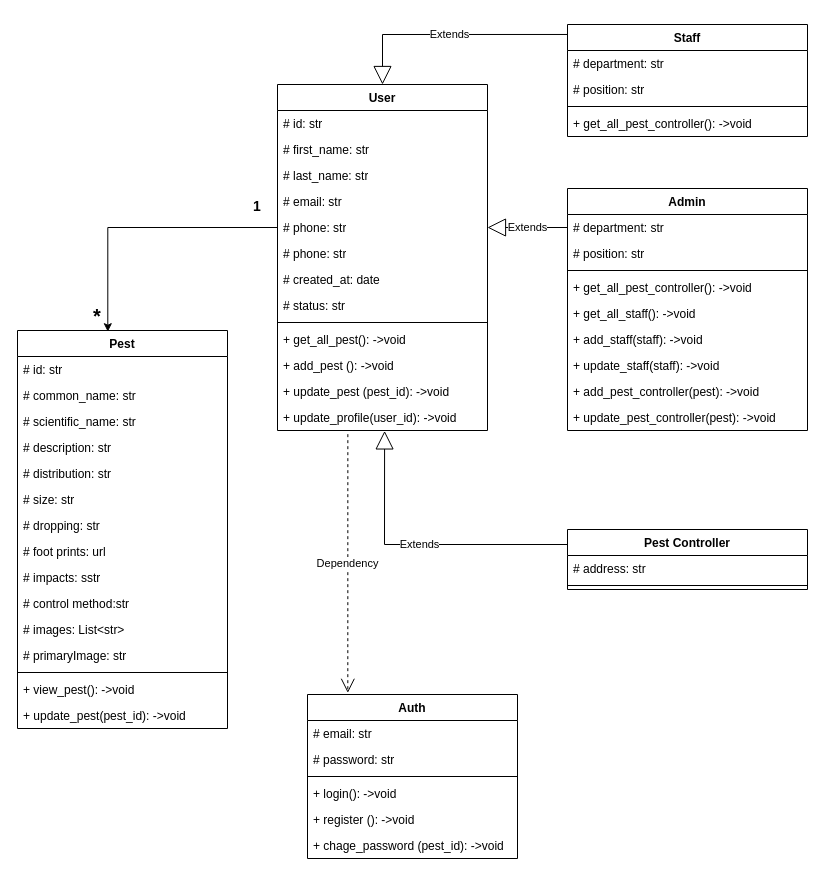
The draw.io diagram individual_ biosecurity.drawio in NZMia/Biosecurity, before the edit. Source tidied: cells renumbered, new cells numbered last; positions are measured from the earlier drawing's top-left corner, leaving out a move shared by most shapes. Both pictures are drawn from the tidied source at 100%, with x=0, y=0 at pixel (17, 24).
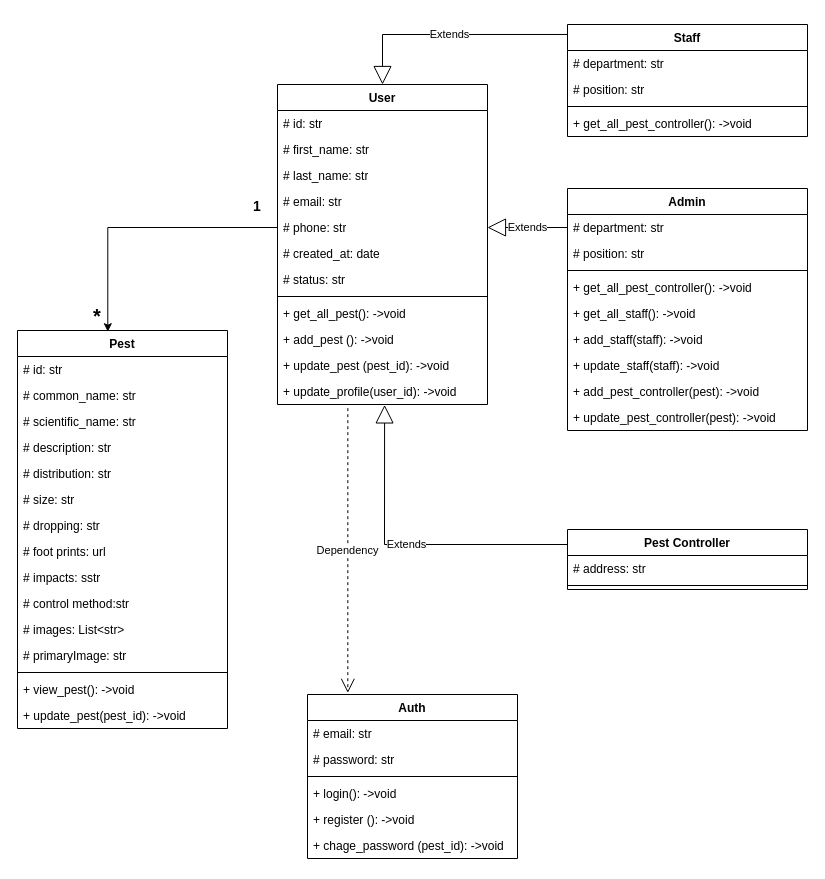
The same page after the edit.

Change to the diagram source:
```diff
@@
     <mxCell id="2" value="User" style="swimlane;fontStyle=1;align=center;verticalAlign=top;horizontal=1;startSize=26;whiteSpace=wrap;html=1;" parent="1" vertex="1">
-      <mxGeometry x="260" y="60" width="210" height="346" as="geometry" />
+      <mxGeometry x="260" y="60" width="210" height="320" as="geometry" />
     </mxCell>
@@
-    <mxCell id="8" value="# phone: str&lt;div&gt;&lt;br&gt;&lt;/div&gt;" style="text;strokeColor=none;fillColor=none;align=left;verticalAlign=top;spacingLeft=4;spacingRight=4;overflow=hidden;whiteSpace=wrap;html=1;" parent="2" vertex="1">
-      <mxGeometry y="156" width="210" height="26" as="geometry" />
-    </mxCell>
     <mxCell id="9" value="# created_at: date&lt;div&gt;&lt;br&gt;&lt;/div&gt;" style="text;strokeColor=none;fillColor=none;align=left;verticalAlign=top;spacingLeft=4;spacingRight=4;overflow=hidden;whiteSpace=wrap;html=1;" parent="2" vertex="1">
-      <mxGeometry y="182" width="210" height="26" as="geometry" />
+      <mxGeometry y="156" width="210" height="26" as="geometry" />
     </mxCell>
     <mxCell id="10" value="# status: str&lt;div&gt;&lt;br&gt;&lt;/div&gt;" style="text;strokeColor=none;fillColor=none;align=left;verticalAlign=top;spacingLeft=4;spacingRight=4;overflow=hidden;whiteSpace=wrap;html=1;" parent="2" vertex="1">
-      <mxGeometry y="208" width="210" height="26" as="geometry" />
+      <mxGeometry y="182" width="210" height="26" as="geometry" />
     </mxCell>
     <mxCell id="11" style="line;strokeWidth=1;fillColor=none;align=left;verticalAlign=middle;spacingTop=-1;spacingLeft=3;spacingRight=3;labelPosition=right;strokeColor=inherit;" parent="2" vertex="1">
-      <mxGeometry y="234" width="210" height="8" as="geometry" />
+      <mxGeometry y="208" width="210" height="8" as="geometry" />
     </mxCell>
     <mxCell id="12" value="+ get_all_pest(): -&amp;gt;void" style="text;strokeColor=none;fillColor=none;align=left;verticalAlign=top;spacingLeft=4;spacingRight=4;overflow=hidden;whiteSpace=wrap;html=1;" parent="2" vertex="1">
-      <mxGeometry y="242" width="210" height="26" as="geometry" />
+      <mxGeometry y="216" width="210" height="26" as="geometry" />
     </mxCell>
     <mxCell id="13" value="+ add_pest (): -&amp;gt;void" style="text;strokeColor=none;fillColor=none;align=left;verticalAlign=top;spacingLeft=4;spacingRight=4;overflow=hidden;whiteSpace=wrap;html=1;" parent="2" vertex="1">
-      <mxGeometry y="268" width="210" height="26" as="geometry" />
+      <mxGeometry y="242" width="210" height="26" as="geometry" />
     </mxCell>
     <mxCell id="14" value="+ update_pest (pest_id): -&amp;gt;void" style="text;strokeColor=none;fillColor=none;align=left;verticalAlign=top;spacingLeft=4;spacingRight=4;overflow=hidden;whiteSpace=wrap;html=1;" parent="2" vertex="1">
-      <mxGeometry y="294" width="210" height="26" as="geometry" />
+      <mxGeometry y="268" width="210" height="26" as="geometry" />
     </mxCell>
     <mxCell id="15" value="+ update_profile(user_id): -&amp;gt;void" style="text;strokeColor=none;fillColor=none;align=left;verticalAlign=top;spacingLeft=4;spacingRight=4;overflow=hidden;points=[[0,0.5],[1,0.5]];portConstraint=eastwest;whiteSpace=wrap;html=1;" parent="2" vertex="1">
-      <mxGeometry y="320" width="210" height="26" as="geometry" />
+      <mxGeometry y="294" width="210" height="26" as="geometry" />
     </mxCell>
```
